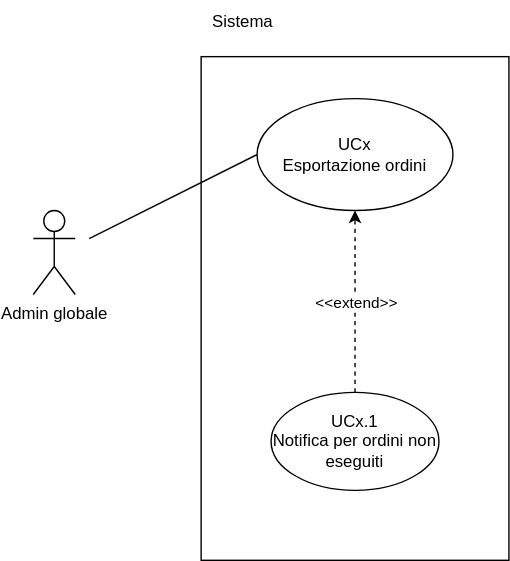
Above: assets/diagrams/UC40.svg in alimitedgroup/alimitedgroup.github.io (draw.io), before the change. Source tidied: cells renumbered, new cells last; positions are measured from the earlier drawing's top-left corner, leaving out a move shared by most shapes. Its diagram source:
```xml
<mxGraphModel>
  <root>
    <mxCell id="0" />
    <mxCell id="1" parent="0" />
    <mxCell id="2" style="rounded=0;whiteSpace=wrap;html=1;" parent="1" vertex="1">
      <mxGeometry x="120" y="40" width="220" height="360" as="geometry" />
    </mxCell>
    <mxCell id="3" value="Admin globale" style="shape=umlActor;verticalLabelPosition=bottom;verticalAlign=top;html=1;" parent="1" vertex="1">
      <mxGeometry y="150" width="30" height="60" as="geometry" />
    </mxCell>
    <mxCell id="4" value="Sistema" style="text;html=1;align=center;verticalAlign=middle;whiteSpace=wrap;rounded=0;" parent="1" vertex="1">
      <mxGeometry x="120" width="60" height="30" as="geometry" />
    </mxCell>
    <mxCell id="5" value="UCx&lt;div&gt;Esportazione ordini&lt;/div&gt;" style="ellipse;whiteSpace=wrap;html=1;" parent="1" vertex="1">
      <mxGeometry x="160" y="70" width="140" height="80" as="geometry" />
    </mxCell>
    <mxCell id="6" style="endArrow=classic;html=1;rounded=0;dashed=1;entryX=0.5;entryY=1;entryDx=0;entryDy=0;" parent="1" edge="1" source="8" target="5">
      <mxGeometry relative="1" as="geometry" />
    </mxCell>
    <mxCell id="7" value="&amp;lt;&amp;lt;extend&amp;gt;&amp;gt;" style="edgeLabel;html=1;align=center;verticalAlign=middle;" parent="6" vertex="1">
      <mxGeometry relative="1" as="geometry" />
    </mxCell>
    <mxCell id="8" value="UCx.1&lt;div&gt;Notifica per ordini non eseguiti&lt;/div&gt;" style="ellipse;whiteSpace=wrap;html=1;" parent="1" vertex="1">
      <mxGeometry x="170" y="280" width="120" height="70" as="geometry" />
    </mxCell>
    <mxCell id="9" style="endArrow=none;html=1;rounded=0;entryX=0;entryY=0.5;entryDx=0;entryDy=0;" parent="1" edge="1" target="5">
      <mxGeometry relative="1" as="geometry">
        <mxPoint x="40" y="170" as="sourcePoint" />
      </mxGeometry>
    </mxCell>
  </root>
</mxGraphModel>
```
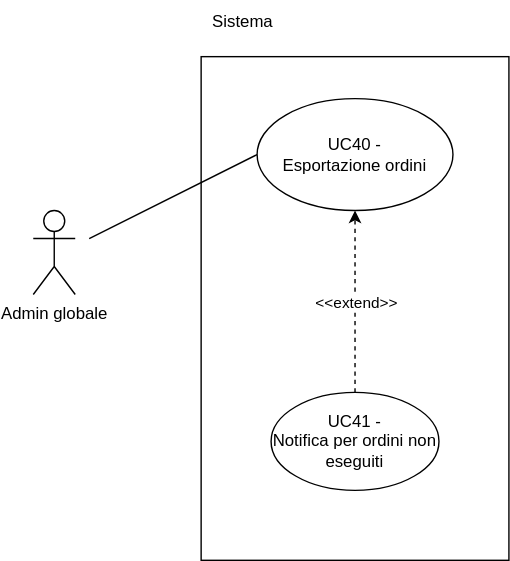
Above is the later version.

The edit, as a diff of the source:
```diff
@@ -11,7 +11,7 @@
     <mxCell id="4" value="Sistema" style="text;html=1;align=center;verticalAlign=middle;whiteSpace=wrap;rounded=0;" parent="1" vertex="1">
       <mxGeometry x="120" width="60" height="30" as="geometry" />
     </mxCell>
-    <mxCell id="5" value="UCx&lt;div&gt;Esportazione ordini&lt;/div&gt;" style="ellipse;whiteSpace=wrap;html=1;" parent="1" vertex="1">
+    <mxCell id="5" value="UC40 -&lt;div&gt;Esportazione ordini&lt;/div&gt;" style="ellipse;whiteSpace=wrap;html=1;" parent="1" vertex="1">
       <mxGeometry x="160" y="70" width="140" height="80" as="geometry" />
     </mxCell>
     <mxCell id="6" style="endArrow=classic;html=1;rounded=0;dashed=1;entryX=0.5;entryY=1;entryDx=0;entryDy=0;" parent="1" edge="1" source="8" target="5">
@@ -20,7 +20,7 @@
     <mxCell id="7" value="&amp;lt;&amp;lt;extend&amp;gt;&amp;gt;" style="edgeLabel;html=1;align=center;verticalAlign=middle;" parent="6" vertex="1">
       <mxGeometry relative="1" as="geometry" />
     </mxCell>
-    <mxCell id="8" value="UCx.1&lt;div&gt;Notifica per ordini non eseguiti&lt;/div&gt;" style="ellipse;whiteSpace=wrap;html=1;" parent="1" vertex="1">
+    <mxCell id="8" value="UC41 -&lt;div&gt;Notifica per ordini non eseguiti&lt;/div&gt;" style="ellipse;whiteSpace=wrap;html=1;" parent="1" vertex="1">
       <mxGeometry x="170" y="280" width="120" height="70" as="geometry" />
     </mxCell>
     <mxCell id="9" style="endArrow=none;html=1;rounded=0;entryX=0;entryY=0.5;entryDx=0;entryDy=0;" parent="1" edge="1" target="5">
```
